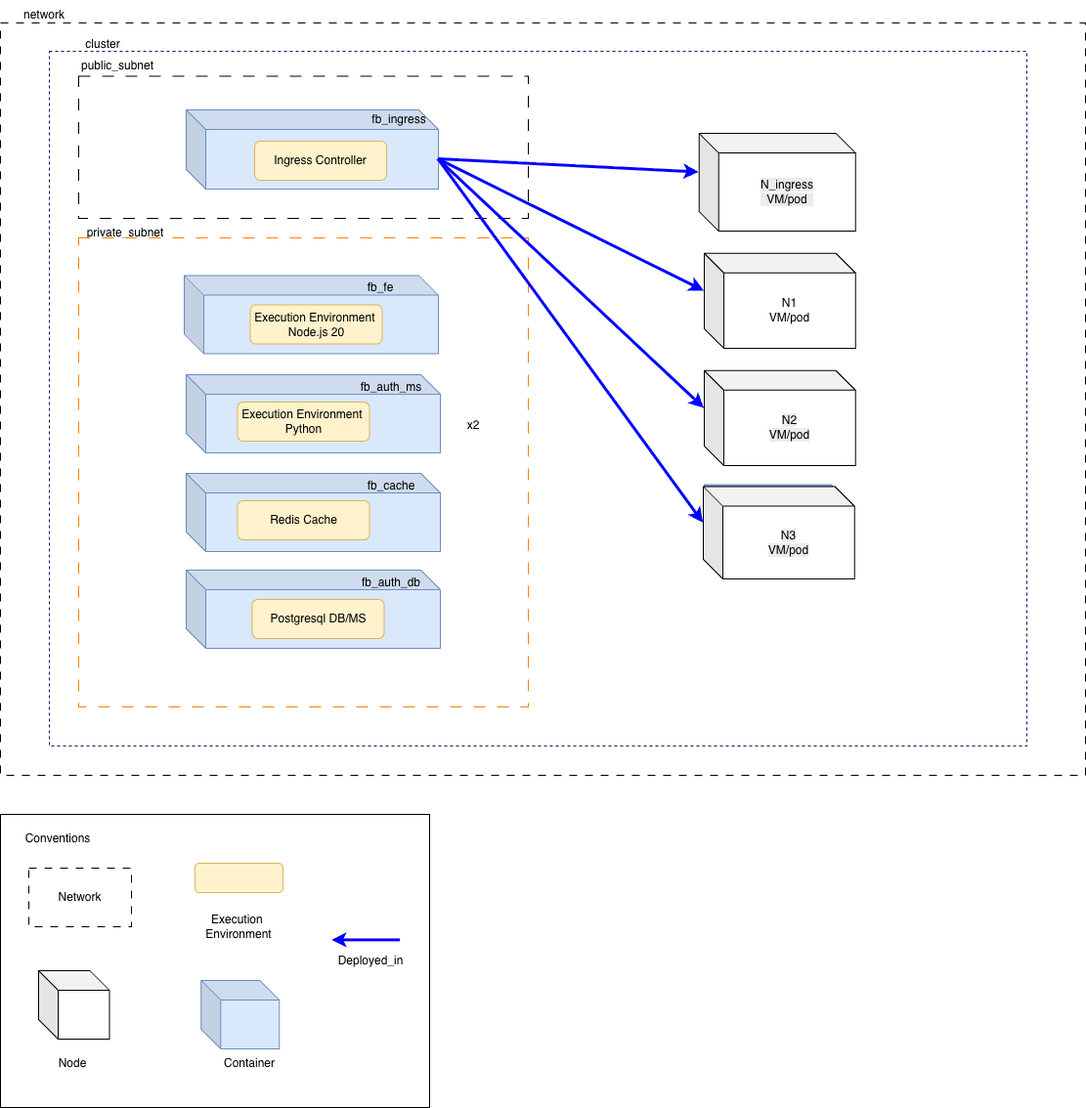
Earlier version of the draw.io export images/p4/clusterDeployment.png (adrianyebid/FitBeat). Source tidied: cells renumbered, new cells last; positions are measured from the earlier drawing's top-left corner, leaving out a move shared by most shapes.
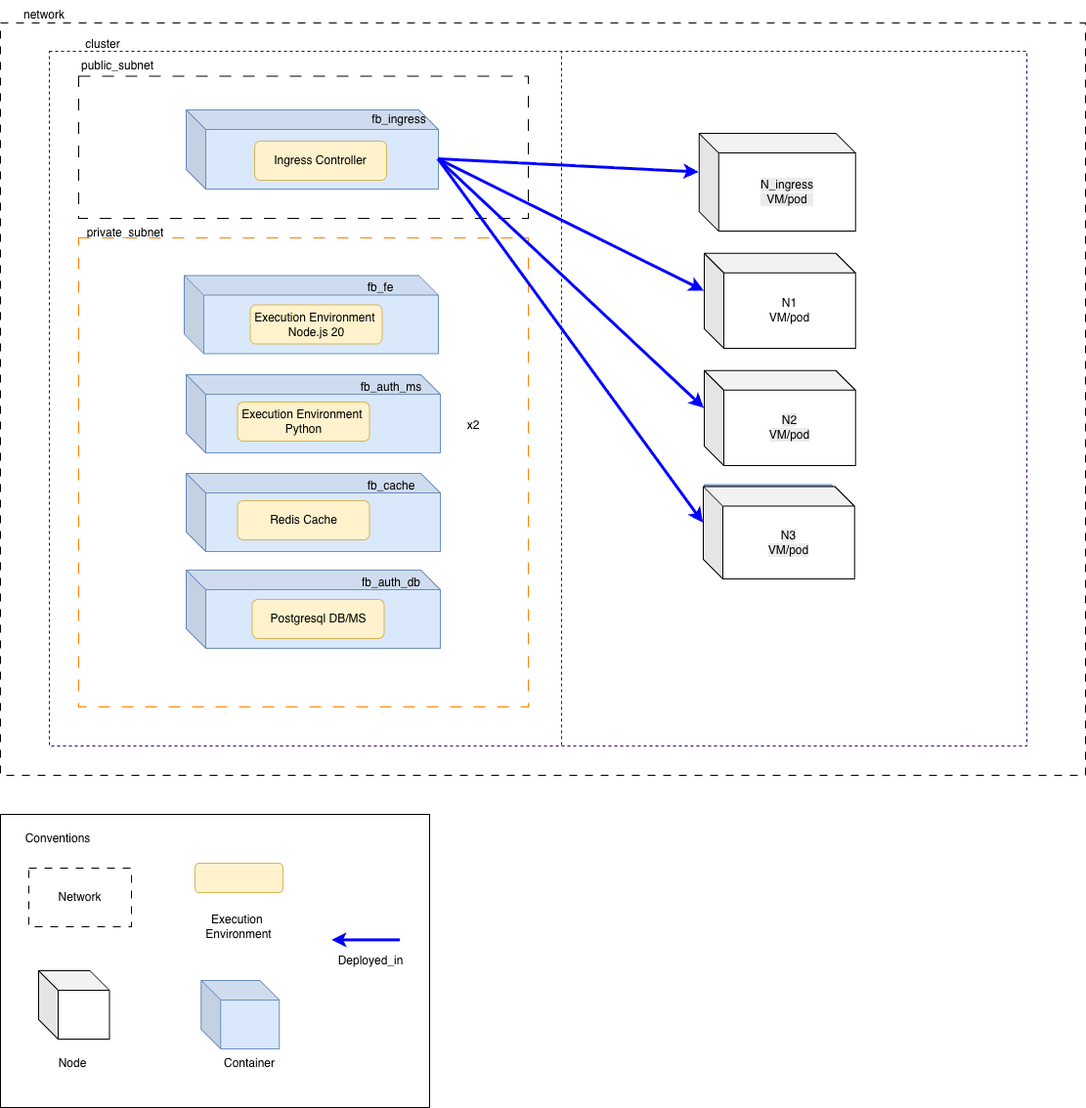
The same diagram one commit later.

Diff of the diagram source:
```diff
@@ -182,5 +182,11 @@
     <mxCell id="60" value="x2" style="text;html=1;whiteSpace=wrap;strokeColor=none;fillColor=none;align=center;verticalAlign=middle;rounded=0;" parent="1" vertex="1">
       <mxGeometry x="448" y="420" width="72" height="30" as="geometry" />
     </mxCell>
+    <mxCell id="61" style="endArrow=none;dashed=1;html=1;rounded=0;strokeColor=#330066;" parent="1" edge="1">
+      <mxGeometry relative="1" as="geometry">
+        <mxPoint x="574" y="762" as="sourcePoint" />
+        <mxPoint x="574" y="52" as="targetPoint" />
+      </mxGeometry>
+    </mxCell>
   </root>
 </mxGraphModel>
```
